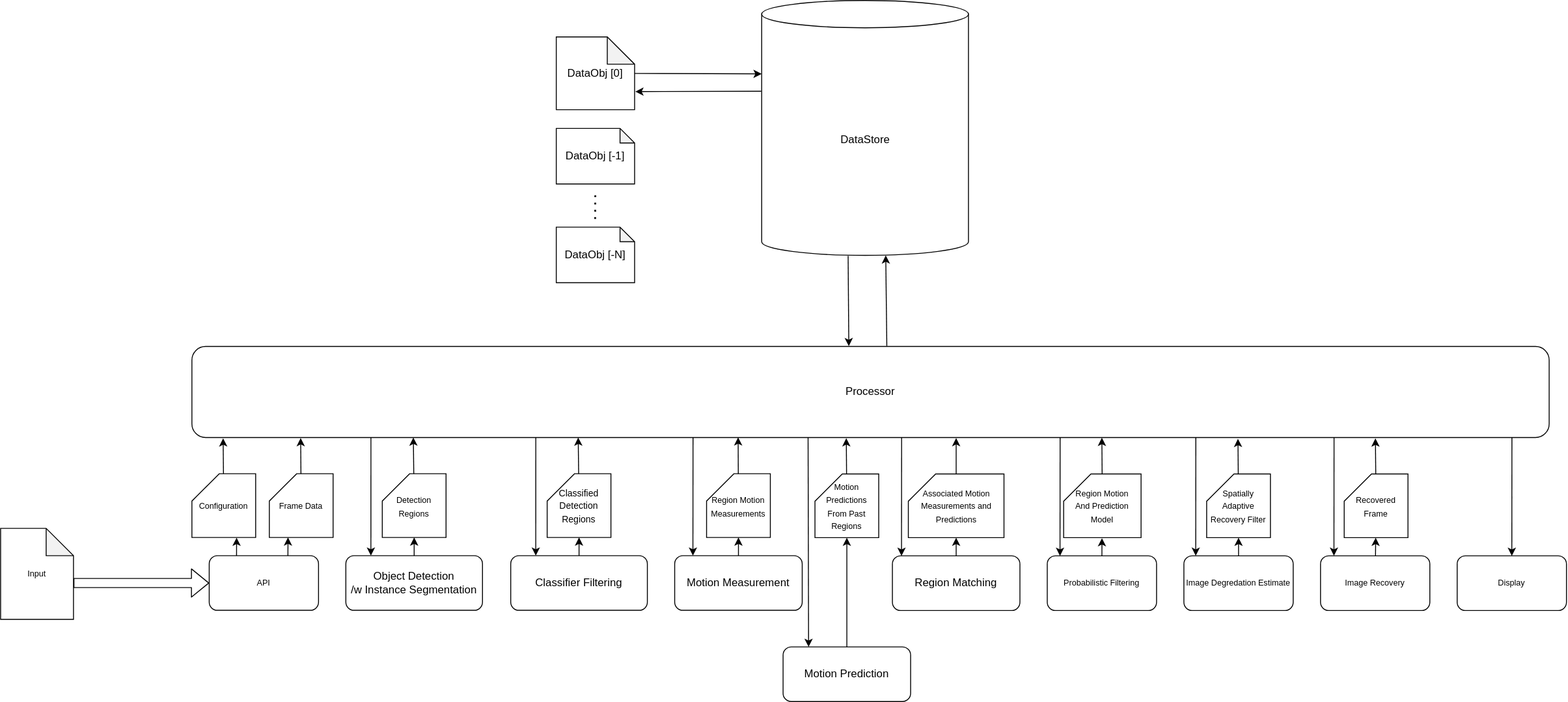
Earlier version of the draw.io export docs/dataflow.drawio.svg (emlyons/mcf). Source tidied: cells renumbered, new cells last; positions are measured from the earlier drawing's top-left corner, leaving out a move shared by most shapes.
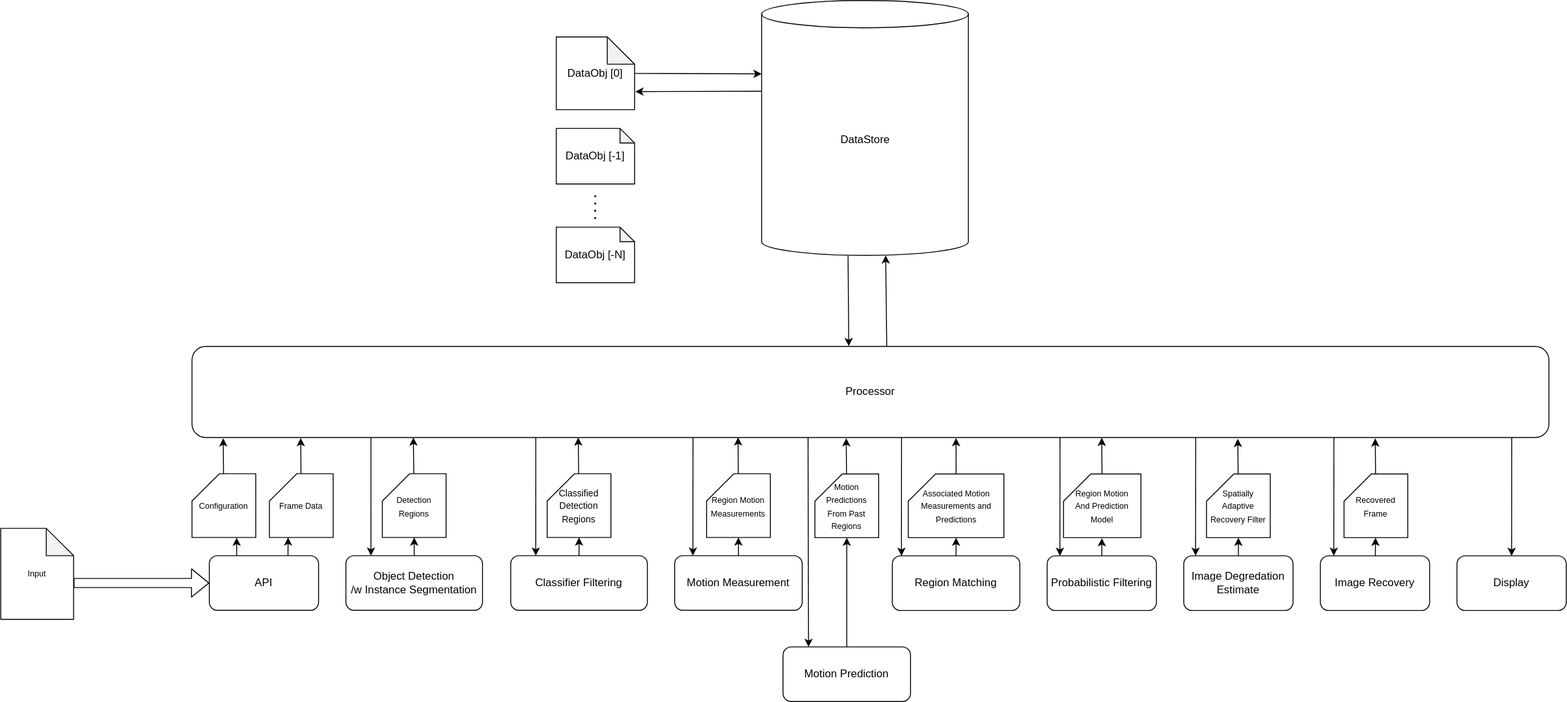
After the commit.

Commit message:
doc formatting cleanup

Change to the diagram source:
```diff
@@ -58,7 +58,7 @@
     <mxCell id="17" value="&lt;font style=&quot;font-size: 9px;&quot;&gt;Associated Motion Measurements and Predictions&lt;/font&gt;" style="shape=card;whiteSpace=wrap;html=1;" parent="1" vertex="1">
       <mxGeometry x="996.5" y="520" width="105" height="70" as="geometry" />
     </mxCell>
-    <mxCell id="18" value="Probabilistic Filtering" style="rounded=1;whiteSpace=wrap;html=1;fontSize=9;" parent="1" vertex="1">
+    <mxCell id="18" value="&lt;font style=&quot;font-size: 12px;&quot;&gt;Probabilistic Filtering&lt;/font&gt;" style="rounded=1;whiteSpace=wrap;html=1;fontSize=9;" parent="1" vertex="1">
       <mxGeometry x="1149" y="610" width="120" height="60" as="geometry" />
     </mxCell>
     <mxCell id="19" style="edgeStyle=none;html=1;entryX=0.495;entryY=1.008;entryDx=0;entryDy=0;entryPerimeter=0;exitX=0.5;exitY=0;exitDx=0;exitDy=0;" parent="1" edge="1" source="18" target="21">
@@ -75,13 +75,13 @@
     <mxCell id="22" style="edgeStyle=none;html=1;fontSize=9;" parent="1" edge="1" source="23" target="27">
       <mxGeometry relative="1" as="geometry" />
     </mxCell>
-    <mxCell id="23" value="Image Degredation Estimate" style="rounded=1;whiteSpace=wrap;html=1;fontSize=9;" parent="1" vertex="1">
+    <mxCell id="23" value="&lt;font style=&quot;font-size: 12px;&quot;&gt;Image Degredation Estimate&lt;/font&gt;" style="rounded=1;whiteSpace=wrap;html=1;fontSize=9;" parent="1" vertex="1">
       <mxGeometry x="1299" y="610" width="120" height="60" as="geometry" />
     </mxCell>
     <mxCell id="24" style="edgeStyle=none;html=1;fontSize=9;" parent="1" edge="1" source="25" target="29">
       <mxGeometry relative="1" as="geometry" />
     </mxCell>
-    <mxCell id="25" value="Image Recovery" style="rounded=1;whiteSpace=wrap;html=1;fontSize=9;" parent="1" vertex="1">
+    <mxCell id="25" value="&lt;font style=&quot;font-size: 12px;&quot;&gt;Image Recovery&lt;/font&gt;" style="rounded=1;whiteSpace=wrap;html=1;fontSize=9;" parent="1" vertex="1">
       <mxGeometry x="1449" y="610" width="120" height="60" as="geometry" />
     </mxCell>
     <mxCell id="26" style="edgeStyle=none;html=1;fontSize=9;entryX=0.761;entryY=1.014;entryDx=0;entryDy=0;entryPerimeter=0;" parent="1" edge="1" source="27">
@@ -106,7 +106,7 @@
     <mxCell id="31" style="edgeStyle=none;html=1;fontSize=9;exitX=0.25;exitY=0;exitDx=0;exitDy=0;entryX=0.701;entryY=1.003;entryDx=0;entryDy=0;entryPerimeter=0;" parent="1" edge="1" source="32" target="36">
       <mxGeometry relative="1" as="geometry" />
     </mxCell>
-    <mxCell id="32" value="API" style="rounded=1;whiteSpace=wrap;html=1;fontSize=9;" parent="1" vertex="1">
+    <mxCell id="32" value="&lt;font style=&quot;font-size: 12px;&quot;&gt;API&lt;/font&gt;" style="rounded=1;whiteSpace=wrap;html=1;fontSize=9;" parent="1" vertex="1">
       <mxGeometry x="229" y="609.8" width="120" height="60" as="geometry" />
     </mxCell>
     <mxCell id="33" style="edgeStyle=none;html=1;entryX=0.083;entryY=1.008;entryDx=0;entryDy=0;entryPerimeter=0;fontSize=9;" parent="1" edge="1" source="34">
@@ -161,7 +161,7 @@
         <mxPoint x="1463.7" y="609.9" as="targetPoint" />
       </mxGeometry>
     </mxCell>
-    <mxCell id="43" value="Display" style="rounded=1;whiteSpace=wrap;html=1;fontSize=9;" parent="1" vertex="1">
+    <mxCell id="43" value="&lt;font style=&quot;font-size: 12px;&quot;&gt;Display&lt;/font&gt;" style="rounded=1;whiteSpace=wrap;html=1;fontSize=9;" parent="1" vertex="1">
       <mxGeometry x="1599" y="610" width="120" height="60" as="geometry" />
     </mxCell>
     <mxCell id="44" style="endArrow=classic;html=1;fontSize=9;entryX=0.25;entryY=0;entryDx=0;entryDy=0;exitX=0.159;exitY=1.001;exitDx=0;exitDy=0;exitPerimeter=0;" parent="1" edge="1">
```
